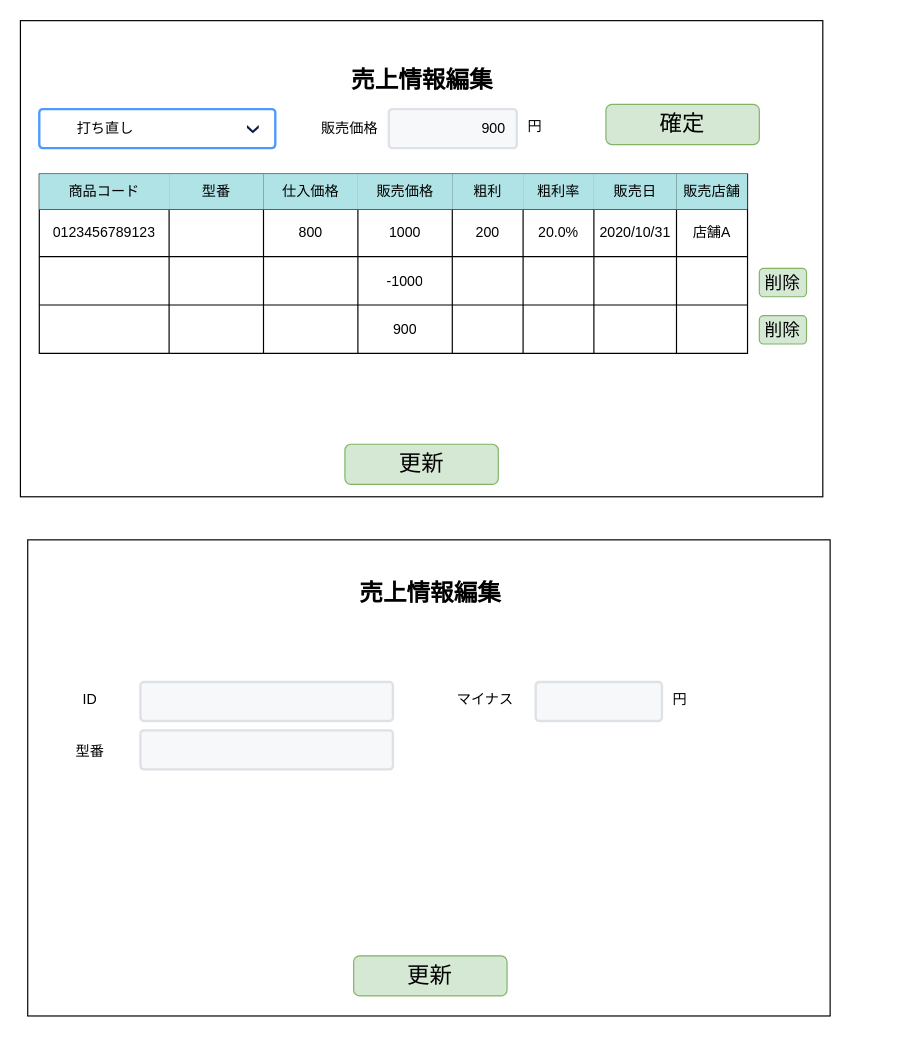
The draw.io diagram page "S11-04 売上情報編集(返金・返品)" (3 of 3) of 各種設計書/6.画面設計書/S11_売上.drawio in HaruShim/Sotuken, before the edit. Source tidied: cells renumbered, new cells numbered last; positions are measured from the earlier drawing's top-left corner, leaving out a move shared by most shapes. Both pictures are drawn from the tidied source at 118%, with x=0, y=0 at pixel (20, 20).
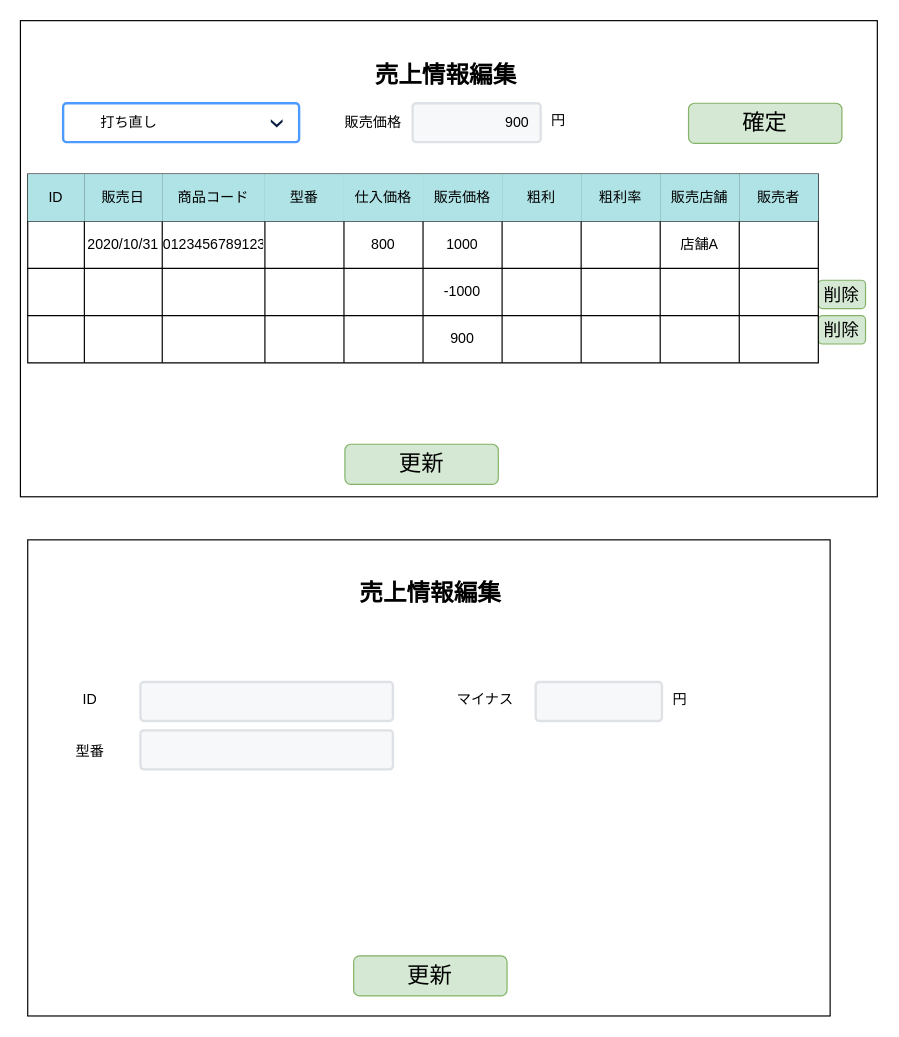
The same diagram, later.

Change to the diagram source:
```diff
@@
     <mxCell id="2" style="rounded=0;whiteSpace=wrap;html=1;" parent="1" vertex="1">
-      <mxGeometry x="-0.2" width="680" height="403.5" as="geometry" />
+      <mxGeometry x="-0.2" width="726.2" height="403.5" as="geometry" />
     </mxCell>
     <mxCell id="3" value="売上情報編集" style="text;html=1;strokeColor=none;fillColor=none;align=center;verticalAlign=middle;whiteSpace=wrap;rounded=0;fontColor=default;fontStyle=1;fontSize=20;" parent="1" vertex="1">
-      <mxGeometry x="258.5" y="25" width="162.5" height="50" as="geometry" />
+      <mxGeometry x="278.8" y="20" width="162.5" height="50" as="geometry" />
     </mxCell>
@@
-    <mxCell id="5" style="shape=table;startSize=0;childLayout=tableLayout;" parent="1" vertex="1">
-      <mxGeometry x="15.8" y="130" width="600.2" height="151.9" as="geometry" />
-    </mxCell>
-    <mxCell id="6" style="shape=partialRectangle;fillColor=none;top=0;left=0;bottom=0;right=0;" parent="5" vertex="1">
-      <mxGeometry width="600.2" height="30" as="geometry" />
-    </mxCell>
-    <mxCell id="7" value="商品コード" style="shape=partialRectangle;html=1;whiteSpace=wrap;overflow=hidden;fillColor=#b0e3e6;top=0;left=0;bottom=0;right=0;strokeColor=#0e8088;" parent="6" vertex="1">
-      <mxGeometry width="110" height="30" as="geometry" />
-    </mxCell>
-    <mxCell id="8" value="型番" style="shape=partialRectangle;html=1;whiteSpace=wrap;overflow=hidden;fillColor=#b0e3e6;top=0;left=0;bottom=0;right=0;strokeColor=#0e8088;" parent="6" vertex="1">
-      <mxGeometry x="110" width="80" height="30" as="geometry" />
-    </mxCell>
-    <mxCell id="9" value="仕入価格" style="shape=partialRectangle;html=1;whiteSpace=wrap;overflow=hidden;fillColor=#b0e3e6;top=0;left=0;bottom=0;right=0;strokeColor=#0e8088;" parent="6" vertex="1">
-      <mxGeometry x="190" width="80" height="30" as="geometry" />
-    </mxCell>
-    <mxCell id="10" value="販売価格" style="shape=partialRectangle;html=1;whiteSpace=wrap;overflow=hidden;fillColor=#b0e3e6;top=0;left=0;bottom=0;right=0;strokeColor=#0e8088;" parent="6" vertex="1">
-      <mxGeometry x="270" width="80" height="30" as="geometry" />
-    </mxCell>
-    <mxCell id="11" value="粗利" style="shape=partialRectangle;html=1;whiteSpace=wrap;overflow=hidden;fillColor=#b0e3e6;top=0;left=0;bottom=0;right=0;strokeColor=#0e8088;" parent="6" vertex="1">
-      <mxGeometry x="350" width="60" height="30" as="geometry" />
-    </mxCell>
-    <mxCell id="12" value="粗利率" style="shape=partialRectangle;html=1;whiteSpace=wrap;overflow=hidden;fillColor=#b0e3e6;top=0;left=0;bottom=0;right=0;strokeColor=#0e8088;" parent="6" vertex="1">
-      <mxGeometry x="410" width="60" height="30" as="geometry" />
-    </mxCell>
-    <mxCell id="13" value="販売日" style="shape=partialRectangle;html=1;whiteSpace=wrap;overflow=hidden;fillColor=#b0e3e6;top=0;left=0;bottom=0;right=0;strokeColor=#0e8088;" parent="6" vertex="1">
-      <mxGeometry x="470" width="70" height="30" as="geometry" />
-    </mxCell>
-    <mxCell id="14" value="販売店舗" style="shape=partialRectangle;html=1;whiteSpace=wrap;overflow=hidden;fillColor=#b0e3e6;top=0;left=0;bottom=0;right=0;strokeColor=#0e8088;" parent="6" vertex="1">
-      <mxGeometry x="540" width="60" height="30" as="geometry" />
-    </mxCell>
-    <mxCell id="15" style="shape=partialRectangle;fillColor=none;top=0;left=0;bottom=0;right=0;" parent="5" vertex="1">
-      <mxGeometry y="30" width="600.2" height="40" as="geometry" />
-    </mxCell>
-    <mxCell id="16" value="&lt;span style=&quot;text-align: left&quot;&gt;0123456789123&lt;/span&gt;" style="shape=partialRectangle;html=1;whiteSpace=wrap;overflow=hidden;fillColor=none;top=0;left=0;bottom=0;right=0;" parent="15" vertex="1">
-      <mxGeometry width="110" height="40" as="geometry" />
-    </mxCell>
-    <mxCell id="17" style="shape=partialRectangle;html=1;whiteSpace=wrap;overflow=hidden;fillColor=none;top=0;left=0;bottom=0;right=0;" parent="15" vertex="1">
-      <mxGeometry x="110" width="80" height="40" as="geometry" />
-    </mxCell>
-    <mxCell id="18" value="800" style="shape=partialRectangle;html=1;whiteSpace=wrap;overflow=hidden;fillColor=none;top=0;left=0;bottom=0;right=0;" parent="15" vertex="1">
-      <mxGeometry x="190" width="80" height="40" as="geometry" />
-    </mxCell>
-    <mxCell id="19" value="1000" style="shape=partialRectangle;html=1;whiteSpace=wrap;overflow=hidden;fillColor=none;top=0;left=0;bottom=0;right=0;" parent="15" vertex="1">
-      <mxGeometry x="270" width="80" height="40" as="geometry" />
-    </mxCell>
-    <mxCell id="20" value="200" style="shape=partialRectangle;html=1;whiteSpace=wrap;overflow=hidden;fillColor=none;top=0;left=0;bottom=0;right=0;" parent="15" vertex="1">
-      <mxGeometry x="350" width="60" height="40" as="geometry" />
-    </mxCell>
-    <mxCell id="21" value="20.0%" style="shape=partialRectangle;html=1;whiteSpace=wrap;overflow=hidden;fillColor=none;top=0;left=0;bottom=0;right=0;" parent="15" vertex="1">
-      <mxGeometry x="410" width="60" height="40" as="geometry" />
-    </mxCell>
-    <mxCell id="22" value="2020/10/31" style="shape=partialRectangle;html=1;whiteSpace=wrap;overflow=hidden;fillColor=none;top=0;left=0;bottom=0;right=0;" parent="15" vertex="1">
-      <mxGeometry x="470" width="70" height="40" as="geometry" />
-    </mxCell>
-    <mxCell id="23" value="店舗A" style="shape=partialRectangle;html=1;whiteSpace=wrap;overflow=hidden;fillColor=none;top=0;left=0;bottom=0;right=0;" parent="15" vertex="1">
-      <mxGeometry x="540" width="60" height="40" as="geometry" />
-    </mxCell>
-    <mxCell id="24" style="shape=partialRectangle;fillColor=none;top=0;left=0;bottom=0;right=0;" parent="5" vertex="1">
-      <mxGeometry y="70" width="600.2" height="41" as="geometry" />
-    </mxCell>
-    <mxCell id="25" style="shape=partialRectangle;html=1;whiteSpace=wrap;overflow=hidden;fillColor=none;top=0;left=0;bottom=0;right=0;" parent="24" vertex="1">
-      <mxGeometry width="110" height="41" as="geometry" />
-    </mxCell>
-    <mxCell id="26" style="shape=partialRectangle;html=1;whiteSpace=wrap;overflow=hidden;fillColor=none;top=0;left=0;bottom=0;right=0;" parent="24" vertex="1">
-      <mxGeometry x="110" width="80" height="41" as="geometry" />
-    </mxCell>
-    <mxCell id="27" style="shape=partialRectangle;html=1;whiteSpace=wrap;overflow=hidden;fillColor=none;top=0;left=0;bottom=0;right=0;" parent="24" vertex="1">
-      <mxGeometry x="190" width="80" height="41" as="geometry" />
-    </mxCell>
-    <mxCell id="28" value="-1000" style="shape=partialRectangle;html=1;whiteSpace=wrap;overflow=hidden;fillColor=none;top=0;left=0;bottom=0;right=0;" parent="24" vertex="1">
-      <mxGeometry x="270" width="80" height="41" as="geometry" />
-    </mxCell>
-    <mxCell id="29" style="shape=partialRectangle;html=1;whiteSpace=wrap;overflow=hidden;fillColor=none;top=0;left=0;bottom=0;right=0;" parent="24" vertex="1">
-      <mxGeometry x="350" width="60" height="41" as="geometry" />
-    </mxCell>
-    <mxCell id="30" style="shape=partialRectangle;html=1;whiteSpace=wrap;overflow=hidden;fillColor=none;top=0;left=0;bottom=0;right=0;" parent="24" vertex="1">
-      <mxGeometry x="410" width="60" height="41" as="geometry" />
-    </mxCell>
-    <mxCell id="31" style="shape=partialRectangle;html=1;whiteSpace=wrap;overflow=hidden;fillColor=none;top=0;left=0;bottom=0;right=0;" parent="24" vertex="1">
-      <mxGeometry x="470" width="70" height="41" as="geometry" />
-    </mxCell>
-    <mxCell id="32" style="shape=partialRectangle;html=1;whiteSpace=wrap;overflow=hidden;fillColor=none;top=0;left=0;bottom=0;right=0;" parent="24" vertex="1">
-      <mxGeometry x="540" width="60" height="41" as="geometry" />
-    </mxCell>
-    <mxCell id="33" style="shape=partialRectangle;fillColor=none;top=0;left=0;bottom=0;right=0;" parent="5" vertex="1">
-      <mxGeometry y="111" width="600.2" height="41" as="geometry" />
-    </mxCell>
-    <mxCell id="34" style="shape=partialRectangle;html=1;whiteSpace=wrap;overflow=hidden;fillColor=none;top=0;left=0;bottom=0;right=0;" parent="33" vertex="1">
-      <mxGeometry width="110" height="41" as="geometry" />
-    </mxCell>
-    <mxCell id="35" style="shape=partialRectangle;html=1;whiteSpace=wrap;overflow=hidden;fillColor=none;top=0;left=0;bottom=0;right=0;" parent="33" vertex="1">
-      <mxGeometry x="110" width="80" height="41" as="geometry" />
-    </mxCell>
-    <mxCell id="36" style="shape=partialRectangle;html=1;whiteSpace=wrap;overflow=hidden;fillColor=none;top=0;left=0;bottom=0;right=0;" parent="33" vertex="1">
-      <mxGeometry x="190" width="80" height="41" as="geometry" />
-    </mxCell>
-    <mxCell id="37" value="900" style="shape=partialRectangle;html=1;whiteSpace=wrap;overflow=hidden;fillColor=none;top=0;left=0;bottom=0;right=0;" parent="33" vertex="1">
-      <mxGeometry x="270" width="80" height="41" as="geometry" />
-    </mxCell>
-    <mxCell id="38" style="shape=partialRectangle;html=1;whiteSpace=wrap;overflow=hidden;fillColor=none;top=0;left=0;bottom=0;right=0;" parent="33" vertex="1">
-      <mxGeometry x="350" width="60" height="41" as="geometry" />
-    </mxCell>
-    <mxCell id="39" style="shape=partialRectangle;html=1;whiteSpace=wrap;overflow=hidden;fillColor=none;top=0;left=0;bottom=0;right=0;" parent="33" vertex="1">
-      <mxGeometry x="410" width="60" height="41" as="geometry" />
-    </mxCell>
-    <mxCell id="40" style="shape=partialRectangle;html=1;whiteSpace=wrap;overflow=hidden;fillColor=none;top=0;left=0;bottom=0;right=0;" parent="33" vertex="1">
-      <mxGeometry x="470" width="70" height="41" as="geometry" />
-    </mxCell>
-    <mxCell id="41" style="shape=partialRectangle;html=1;whiteSpace=wrap;overflow=hidden;fillColor=none;top=0;left=0;bottom=0;right=0;" parent="33" vertex="1">
-      <mxGeometry x="540" width="60" height="41" as="geometry" />
-    </mxCell>
     <mxCell id="42" value="打ち直し" style="rounded=1;arcSize=9;fillColor=#ffffff;strokeColor=#4C9AFF;html=1;strokeWidth=2;spacingLeft=30;fontColor=#000000;align=left;" parent="1" vertex="1">
-      <mxGeometry x="15.8" y="75" width="200" height="33" as="geometry" />
+      <mxGeometry x="36" y="70" width="200" height="33" as="geometry" />
     </mxCell>
@@
     <mxCell id="44" value="　　　　　　900" style="rounded=1;arcSize=9;fillColor=#F7F8F9;align=left;spacingLeft=5;strokeColor=#DEE1E6;html=1;strokeWidth=2;fontSize=12;" parent="1" vertex="1">
-      <mxGeometry x="312" y="75" width="108.5" height="33" as="geometry" />
+      <mxGeometry x="332.2" y="70" width="108.5" height="33" as="geometry" />
     </mxCell>
     <mxCell id="45" value="販売価格" style="text;html=1;strokeColor=none;fillColor=none;align=center;verticalAlign=middle;whiteSpace=wrap;rounded=0;" parent="1" vertex="1">
-      <mxGeometry x="246" y="76.5" width="66" height="30" as="geometry" />
+      <mxGeometry x="266.2" y="71.5" width="66" height="30" as="geometry" />
     </mxCell>
     <mxCell id="46" value="円" style="text;html=1;strokeColor=none;fillColor=none;align=center;verticalAlign=middle;whiteSpace=wrap;rounded=0;" parent="1" vertex="1">
-      <mxGeometry x="420.5" y="75" width="30" height="30" as="geometry" />
+      <mxGeometry x="440.8" y="70" width="30" height="30" as="geometry" />
     </mxCell>
     <mxCell id="47" value="&lt;span style=&quot;font-size: 19px&quot;&gt;確定&lt;/span&gt;" style="rounded=1;whiteSpace=wrap;html=1;align=center;labelBackgroundColor=none;fillColor=#d5e8d4;strokeColor=#82b366;" parent="1" vertex="1">
-      <mxGeometry x="496" y="71" width="130" height="34" as="geometry" />
+      <mxGeometry x="566" y="70" width="130" height="34" as="geometry" />
     </mxCell>
     <mxCell id="48" value="&lt;font style=&quot;font-size: 15px&quot;&gt;削除&lt;/font&gt;" style="rounded=1;whiteSpace=wrap;html=1;align=center;labelBackgroundColor=none;fillColor=#d5e8d4;strokeColor=#82b366;" parent="1" vertex="1">
-      <mxGeometry x="626" y="210" width="40" height="24" as="geometry" />
+      <mxGeometry x="676" y="220" width="40" height="24" as="geometry" />
     </mxCell>
     <mxCell id="49" value="&lt;font style=&quot;font-size: 15px&quot;&gt;削除&lt;/font&gt;" style="rounded=1;whiteSpace=wrap;html=1;align=center;labelBackgroundColor=none;fillColor=#d5e8d4;strokeColor=#82b366;" parent="1" vertex="1">
-      <mxGeometry x="626" y="250" width="40" height="24" as="geometry" />
+      <mxGeometry x="676" y="250" width="40" height="24" as="geometry" />
     </mxCell>
@@
+    <mxCell id="62" style="shape=table;startSize=0;childLayout=tableLayout;" parent="61" vertex="1">
+      <mxGeometry x="6" y="130" width="670" height="160" as="geometry" />
+    </mxCell>
+    <mxCell id="63" style="shape=partialRectangle;fillColor=none;top=0;left=0;bottom=0;right=0;" parent="62" vertex="1">
+      <mxGeometry width="670" height="40" as="geometry" />
+    </mxCell>
+    <mxCell id="64" value="ID" style="shape=partialRectangle;html=1;whiteSpace=wrap;overflow=hidden;fillColor=#b0e3e6;top=0;left=0;bottom=0;right=0;strokeColor=#0e8088;" parent="63" vertex="1">
+      <mxGeometry width="48" height="40" as="geometry" />
+    </mxCell>
+    <mxCell id="13" value="販売日" style="shape=partialRectangle;html=1;whiteSpace=wrap;overflow=hidden;fillColor=#b0e3e6;top=0;left=0;bottom=0;right=0;strokeColor=#0e8088;" parent="63" vertex="1">
+      <mxGeometry x="48" width="66" height="40" as="geometry" />
+    </mxCell>
+    <mxCell id="7" value="商品コード" style="shape=partialRectangle;html=1;whiteSpace=wrap;overflow=hidden;fillColor=#b0e3e6;top=0;left=0;bottom=0;right=0;strokeColor=#0e8088;" parent="63" vertex="1">
+      <mxGeometry x="114" width="87" height="40" as="geometry" />
+    </mxCell>
+    <mxCell id="8" value="型番" style="shape=partialRectangle;html=1;whiteSpace=wrap;overflow=hidden;fillColor=#b0e3e6;top=0;left=0;bottom=0;right=0;strokeColor=#0e8088;" parent="63" vertex="1">
+      <mxGeometry x="201" width="67" height="40" as="geometry" />
+    </mxCell>
+    <mxCell id="9" value="仕入価格" style="shape=partialRectangle;html=1;whiteSpace=wrap;overflow=hidden;fillColor=#b0e3e6;top=0;left=0;bottom=0;right=0;strokeColor=#0e8088;" parent="63" vertex="1">
+      <mxGeometry x="268" width="67" height="40" as="geometry" />
+    </mxCell>
+    <mxCell id="10" value="販売価格" style="shape=partialRectangle;html=1;whiteSpace=wrap;overflow=hidden;fillColor=#b0e3e6;top=0;left=0;bottom=0;right=0;strokeColor=#0e8088;" parent="63" vertex="1">
+      <mxGeometry x="335" width="67" height="40" as="geometry" />
+    </mxCell>
+    <mxCell id="11" value="粗利" style="shape=partialRectangle;html=1;whiteSpace=wrap;overflow=hidden;fillColor=#b0e3e6;top=0;left=0;bottom=0;right=0;strokeColor=#0e8088;" parent="63" vertex="1">
+      <mxGeometry x="402" width="67" height="40" as="geometry" />
+    </mxCell>
+    <mxCell id="12" value="粗利率" style="shape=partialRectangle;html=1;whiteSpace=wrap;overflow=hidden;fillColor=#b0e3e6;top=0;left=0;bottom=0;right=0;strokeColor=#0e8088;" parent="63" vertex="1">
+      <mxGeometry x="469" width="67" height="40" as="geometry" />
+    </mxCell>
+    <mxCell id="14" value="販売店舗" style="shape=partialRectangle;html=1;whiteSpace=wrap;overflow=hidden;fillColor=#b0e3e6;top=0;left=0;bottom=0;right=0;strokeColor=#0e8088;" parent="63" vertex="1">
+      <mxGeometry x="536" width="67" height="40" as="geometry" />
+    </mxCell>
+    <mxCell id="65" value="販売者" style="shape=partialRectangle;html=1;whiteSpace=wrap;overflow=hidden;fillColor=#b0e3e6;top=0;left=0;bottom=0;right=0;strokeColor=#0e8088;" parent="63" vertex="1">
+      <mxGeometry x="603" width="67" height="40" as="geometry" />
+    </mxCell>
+    <mxCell id="66" style="shape=partialRectangle;fillColor=none;top=0;left=0;bottom=0;right=0;" parent="62" vertex="1">
+      <mxGeometry y="40" width="670" height="40" as="geometry" />
+    </mxCell>
+    <mxCell id="67" style="shape=partialRectangle;html=1;whiteSpace=wrap;overflow=hidden;fillColor=none;top=0;left=0;bottom=0;right=0;" parent="66" vertex="1">
+      <mxGeometry width="48" height="40" as="geometry" />
+    </mxCell>
+    <mxCell id="22" value="2020/10/31" style="shape=partialRectangle;html=1;whiteSpace=wrap;overflow=hidden;fillColor=none;top=0;left=0;bottom=0;right=0;" parent="66" vertex="1">
+      <mxGeometry x="48" width="66" height="40" as="geometry" />
+    </mxCell>
+    <mxCell id="16" value="&lt;span style=&quot;text-align: left&quot;&gt;0123456789123&lt;/span&gt;" style="shape=partialRectangle;html=1;whiteSpace=wrap;overflow=hidden;fillColor=none;top=0;left=0;bottom=0;right=0;" parent="66" vertex="1">
+      <mxGeometry x="114" width="87" height="40" as="geometry" />
+    </mxCell>
+    <mxCell id="68" style="shape=partialRectangle;html=1;whiteSpace=wrap;overflow=hidden;fillColor=none;top=0;left=0;bottom=0;right=0;" parent="66" vertex="1">
+      <mxGeometry x="201" width="67" height="40" as="geometry" />
+    </mxCell>
+    <mxCell id="18" value="800" style="shape=partialRectangle;html=1;whiteSpace=wrap;overflow=hidden;fillColor=none;top=0;left=0;bottom=0;right=0;" parent="66" vertex="1">
+      <mxGeometry x="268" width="67" height="40" as="geometry" />
+    </mxCell>
+    <mxCell id="19" value="1000" style="shape=partialRectangle;html=1;whiteSpace=wrap;overflow=hidden;fillColor=none;top=0;left=0;bottom=0;right=0;" parent="66" vertex="1">
+      <mxGeometry x="335" width="67" height="40" as="geometry" />
+    </mxCell>
+    <mxCell id="69" style="shape=partialRectangle;html=1;whiteSpace=wrap;overflow=hidden;fillColor=none;top=0;left=0;bottom=0;right=0;" parent="66" vertex="1">
+      <mxGeometry x="402" width="67" height="40" as="geometry" />
+    </mxCell>
+    <mxCell id="70" style="shape=partialRectangle;html=1;whiteSpace=wrap;overflow=hidden;fillColor=none;top=0;left=0;bottom=0;right=0;" parent="66" vertex="1">
+      <mxGeometry x="469" width="67" height="40" as="geometry" />
+    </mxCell>
+    <mxCell id="23" value="店舗A" style="shape=partialRectangle;html=1;whiteSpace=wrap;overflow=hidden;fillColor=none;top=0;left=0;bottom=0;right=0;" parent="66" vertex="1">
+      <mxGeometry x="536" width="67" height="40" as="geometry" />
+    </mxCell>
+    <mxCell id="71" style="shape=partialRectangle;html=1;whiteSpace=wrap;overflow=hidden;fillColor=none;top=0;left=0;bottom=0;right=0;" parent="66" vertex="1">
+      <mxGeometry x="603" width="67" height="40" as="geometry" />
+    </mxCell>
+    <mxCell id="72" style="shape=partialRectangle;fillColor=none;top=0;left=0;bottom=0;right=0;" parent="62" vertex="1">
+      <mxGeometry y="80" width="670" height="40" as="geometry" />
+    </mxCell>
+    <mxCell id="73" style="shape=partialRectangle;html=1;whiteSpace=wrap;overflow=hidden;fillColor=none;top=0;left=0;bottom=0;right=0;" parent="72" vertex="1">
+      <mxGeometry width="48" height="40" as="geometry" />
+    </mxCell>
+    <mxCell id="74" style="shape=partialRectangle;html=1;whiteSpace=wrap;overflow=hidden;fillColor=none;top=0;left=0;bottom=0;right=0;" parent="72" vertex="1">
+      <mxGeometry x="48" width="66" height="40" as="geometry" />
+    </mxCell>
+    <mxCell id="75" style="shape=partialRectangle;html=1;whiteSpace=wrap;overflow=hidden;fillColor=none;top=0;left=0;bottom=0;right=0;" parent="72" vertex="1">
+      <mxGeometry x="114" width="87" height="40" as="geometry" />
+    </mxCell>
+    <mxCell id="76" style="shape=partialRectangle;html=1;whiteSpace=wrap;overflow=hidden;fillColor=none;top=0;left=0;bottom=0;right=0;" parent="72" vertex="1">
+      <mxGeometry x="201" width="67" height="40" as="geometry" />
+    </mxCell>
+    <mxCell id="77" style="shape=partialRectangle;html=1;whiteSpace=wrap;overflow=hidden;fillColor=none;top=0;left=0;bottom=0;right=0;" parent="72" vertex="1">
+      <mxGeometry x="268" width="67" height="40" as="geometry" />
+    </mxCell>
+    <mxCell id="28" value="-1000" style="shape=partialRectangle;html=1;whiteSpace=wrap;overflow=hidden;fillColor=none;top=0;left=0;bottom=0;right=0;" parent="72" vertex="1">
+      <mxGeometry x="335" width="67" height="40" as="geometry" />
+    </mxCell>
+    <mxCell id="78" style="shape=partialRectangle;html=1;whiteSpace=wrap;overflow=hidden;fillColor=none;top=0;left=0;bottom=0;right=0;" parent="72" vertex="1">
+      <mxGeometry x="402" width="67" height="40" as="geometry" />
+    </mxCell>
+    <mxCell id="79" style="shape=partialRectangle;html=1;whiteSpace=wrap;overflow=hidden;fillColor=none;top=0;left=0;bottom=0;right=0;" parent="72" vertex="1">
+      <mxGeometry x="469" width="67" height="40" as="geometry" />
+    </mxCell>
+    <mxCell id="80" style="shape=partialRectangle;html=1;whiteSpace=wrap;overflow=hidden;fillColor=none;top=0;left=0;bottom=0;right=0;" parent="72" vertex="1">
+      <mxGeometry x="536" width="67" height="40" as="geometry" />
+    </mxCell>
+    <mxCell id="81" style="shape=partialRectangle;html=1;whiteSpace=wrap;overflow=hidden;fillColor=none;top=0;left=0;bottom=0;right=0;" parent="72" vertex="1">
+      <mxGeometry x="603" width="67" height="40" as="geometry" />
+    </mxCell>
+    <mxCell id="82" style="shape=partialRectangle;fillColor=none;top=0;left=0;bottom=0;right=0;" parent="62" vertex="1">
+      <mxGeometry y="120" width="670" height="40" as="geometry" />
+    </mxCell>
+    <mxCell id="83" style="shape=partialRectangle;html=1;whiteSpace=wrap;overflow=hidden;fillColor=none;top=0;left=0;bottom=0;right=0;" parent="82" vertex="1">
+      <mxGeometry width="48" height="40" as="geometry" />
+    </mxCell>
+    <mxCell id="84" style="shape=partialRectangle;html=1;whiteSpace=wrap;overflow=hidden;fillColor=none;top=0;left=0;bottom=0;right=0;" parent="82" vertex="1">
+      <mxGeometry x="48" width="66" height="40" as="geometry" />
+    </mxCell>
+    <mxCell id="85" style="shape=partialRectangle;html=1;whiteSpace=wrap;overflow=hidden;fillColor=none;top=0;left=0;bottom=0;right=0;" parent="82" vertex="1">
+      <mxGeometry x="114" width="87" height="40" as="geometry" />
+    </mxCell>
+    <mxCell id="86" style="shape=partialRectangle;html=1;whiteSpace=wrap;overflow=hidden;fillColor=none;top=0;left=0;bottom=0;right=0;" parent="82" vertex="1">
+      <mxGeometry x="201" width="67" height="40" as="geometry" />
+    </mxCell>
+    <mxCell id="87" style="shape=partialRectangle;html=1;whiteSpace=wrap;overflow=hidden;fillColor=none;top=0;left=0;bottom=0;right=0;" parent="82" vertex="1">
+      <mxGeometry x="268" width="67" height="40" as="geometry" />
+    </mxCell>
+    <mxCell id="37" value="900" style="shape=partialRectangle;html=1;whiteSpace=wrap;overflow=hidden;fillColor=none;top=0;left=0;bottom=0;right=0;" parent="82" vertex="1">
+      <mxGeometry x="335" width="67" height="40" as="geometry" />
+    </mxCell>
+    <mxCell id="88" style="shape=partialRectangle;html=1;whiteSpace=wrap;overflow=hidden;fillColor=none;top=0;left=0;bottom=0;right=0;" parent="82" vertex="1">
+      <mxGeometry x="402" width="67" height="40" as="geometry" />
+    </mxCell>
+    <mxCell id="89" style="shape=partialRectangle;html=1;whiteSpace=wrap;overflow=hidden;fillColor=none;top=0;left=0;bottom=0;right=0;" parent="82" vertex="1">
+      <mxGeometry x="469" width="67" height="40" as="geometry" />
+    </mxCell>
+    <mxCell id="90" style="shape=partialRectangle;html=1;whiteSpace=wrap;overflow=hidden;fillColor=none;top=0;left=0;bottom=0;right=0;" parent="82" vertex="1">
+      <mxGeometry x="536" width="67" height="40" as="geometry" />
+    </mxCell>
+    <mxCell id="91" style="shape=partialRectangle;html=1;whiteSpace=wrap;overflow=hidden;fillColor=none;top=0;left=0;bottom=0;right=0;" parent="82" vertex="1">
+      <mxGeometry x="603" width="67" height="40" as="geometry" />
+    </mxCell>
```
